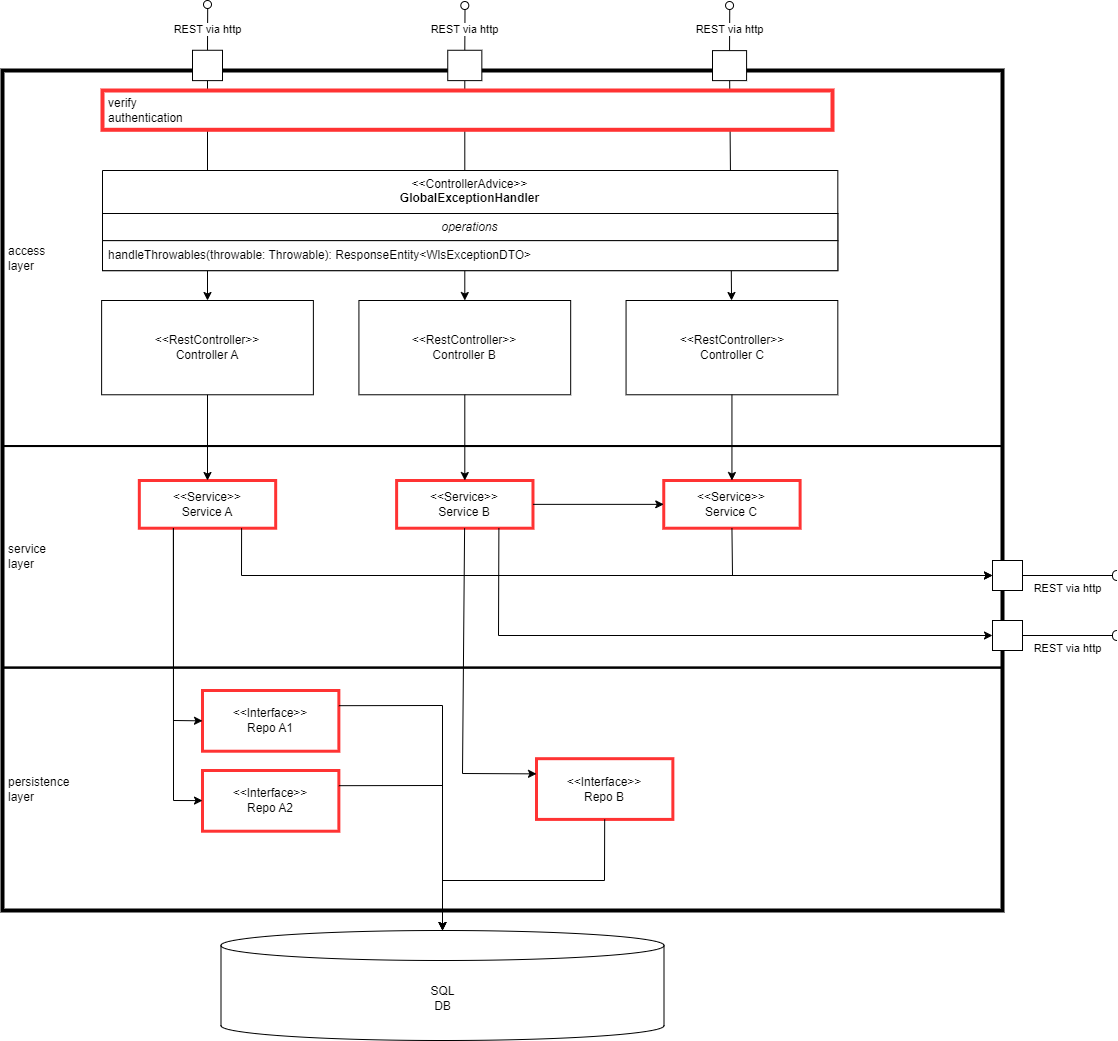
Above: docs/src/public/structureOfABackendservice.drawio.png in it-at-m/Wahllokalsystem (draw.io), before the change. Source tidied: cells renumbered, new cells last; positions are measured from the earlier drawing's top-left corner, leaving out a move shared by most shapes. Source of this version:
```xml
<mxGraphModel>
  <root>
    <mxCell id="0" />
    <mxCell id="1" parent="0" />
    <mxCell id="2" style="endArrow=classic;html=1;rounded=0;strokeOpacity=100;" parent="1" edge="1" source="45" target="7">
      <mxGeometry relative="1" as="geometry" />
    </mxCell>
    <mxCell id="3" style="endArrow=classic;html=1;rounded=0;" parent="1" edge="1" source="46" target="8">
      <mxGeometry relative="1" as="geometry" />
    </mxCell>
    <mxCell id="4" style="endArrow=classic;html=1;rounded=0;" parent="1" edge="1" source="44" target="9">
      <mxGeometry relative="1" as="geometry" />
    </mxCell>
    <mxCell id="5" style="rounded=0;whiteSpace=wrap;html=1;fillColor=none;strokeWidth=4;" parent="1" vertex="1">
      <mxGeometry y="70" width="1000" height="840" as="geometry" />
    </mxCell>
    <mxCell id="6" value="access&lt;br&gt;layer" style="html=1;whiteSpace=wrap;align=left;spacingLeft=4;fillColor=none;strokeWidth=2;" parent="1" vertex="1">
      <mxGeometry y="70" width="1000" height="375.5" as="geometry" />
    </mxCell>
    <mxCell id="7" value="&amp;lt;&amp;lt;RestController&amp;gt;&amp;gt;&lt;br&gt;Controller A" style="rounded=0;whiteSpace=wrap;html=1;" parent="6" vertex="1">
      <mxGeometry x="99.1" y="230" width="211.8" height="94.3" as="geometry" />
    </mxCell>
    <mxCell id="8" value="&amp;lt;&amp;lt;RestController&amp;gt;&amp;gt;&lt;br&gt;Controller B" style="rounded=0;whiteSpace=wrap;html=1;" parent="6" vertex="1">
      <mxGeometry x="356.4" y="230" width="211.8" height="94.3" as="geometry" />
    </mxCell>
    <mxCell id="9" value="&amp;lt;&amp;lt;RestController&amp;gt;&amp;gt;&lt;br&gt;Controller C" style="rounded=0;whiteSpace=wrap;html=1;" parent="6" vertex="1">
      <mxGeometry x="623.6" y="230" width="211.8" height="94.3" as="geometry" />
    </mxCell>
    <mxCell id="10" value="&amp;lt;&amp;lt;ControllerAdvice&amp;gt;&amp;gt;&lt;br&gt;&lt;b&gt;GlobalExceptionHandler&lt;/b&gt;" style="swimlane;fontStyle=0;align=center;verticalAlign=top;horizontal=1;startSize=43;html=1;whiteSpace=wrap;" parent="6" vertex="1">
      <mxGeometry x="100" y="100" width="735.3" height="100.1" as="geometry" />
    </mxCell>
    <mxCell id="11" value="operations" style="text;html=1;strokeColor=default;fillColor=default;align=center;verticalAlign=middle;spacingLeft=4;spacingRight=4;overflow=hidden;whiteSpace=wrap;strokeWidth=1;fontStyle=2;" parent="10" vertex="1">
      <mxGeometry y="43" width="735.3" height="27.1" as="geometry" />
    </mxCell>
    <mxCell id="12" value="handleThrowables(throwable: Throwable): ResponseEntity&amp;lt;WlsExceptionDTO&amp;gt;" style="text;html=1;strokeColor=default;fillColor=default;align=left;verticalAlign=middle;spacingLeft=4;spacingRight=4;overflow=hidden;whiteSpace=wrap;" parent="10" vertex="1">
      <mxGeometry y="70.1" width="735.3" height="30" as="geometry" />
    </mxCell>
    <mxCell id="13" value="SQL&lt;br&gt;DB" style="shape=cylinder3;whiteSpace=wrap;html=1;boundedLbl=1;backgroundOutline=1;size=15;" parent="1" vertex="1">
      <mxGeometry x="218.5" y="930" width="443" height="110" as="geometry" />
    </mxCell>
    <mxCell id="14" style="ellipse;html=1;fontSize=11;align=center;fillColor=none;points=[];verticalAlign=bottom;labelPosition=center;verticalLabelPosition=top;flipH=1;" parent="1" vertex="1">
      <mxGeometry x="723" y="1" width="8" height="8" as="geometry" />
    </mxCell>
    <mxCell id="15" value="REST via http" style="endArrow=none;html=1;rounded=0;exitX=0.5;exitY=0;exitDx=0;exitDy=0;entryX=0.476;entryY=0.939;entryDx=0;entryDy=0;entryPerimeter=0;" parent="1" edge="1" source="44" target="14">
      <mxGeometry relative="1" as="geometry" />
    </mxCell>
    <mxCell id="16" value="REST via http" style="endArrow=none;html=1;rounded=0;exitX=0.5;exitY=0;exitDx=0;exitDy=0;entryX=0.476;entryY=0.939;entryDx=0;entryDy=0;entryPerimeter=0;" parent="1" edge="1" source="45" target="17">
      <mxGeometry relative="1" as="geometry" />
    </mxCell>
    <mxCell id="17" style="ellipse;html=1;fontSize=11;align=center;fillColor=none;points=[];verticalAlign=bottom;labelPosition=center;verticalLabelPosition=top;flipH=1;" parent="1" vertex="1">
      <mxGeometry x="201" width="8" height="8" as="geometry" />
    </mxCell>
    <mxCell id="18" value="REST via http" style="endArrow=none;html=1;rounded=0;exitX=0.5;exitY=0;exitDx=0;exitDy=0;entryX=0.476;entryY=0.939;entryDx=0;entryDy=0;entryPerimeter=0;" parent="1" edge="1" source="46" target="19">
      <mxGeometry relative="1" as="geometry" />
    </mxCell>
    <mxCell id="19" style="ellipse;html=1;fontSize=11;align=center;fillColor=none;points=[];verticalAlign=bottom;labelPosition=center;verticalLabelPosition=top;flipH=1;" parent="1" vertex="1">
      <mxGeometry x="458.3" y="1" width="8" height="8" as="geometry" />
    </mxCell>
    <mxCell id="20" value="&lt;span style=&quot;background-color: rgb(255, 255, 255);&quot;&gt;REST via http&lt;/span&gt;" style="endArrow=none;html=1;rounded=0;align=center;verticalAlign=top;endFill=0;labelBackgroundColor=none;endSize=2;" parent="1" edge="1" source="37" target="21">
      <mxGeometry relative="1" as="geometry" />
    </mxCell>
    <mxCell id="21" style="shape=requiredInterface;html=1;fontSize=11;align=center;fillColor=none;points=[];verticalAlign=bottom;labelPosition=center;verticalLabelPosition=top;flipH=1;" parent="1" vertex="1">
      <mxGeometry x="1110" y="630" width="5" height="10" as="geometry" />
    </mxCell>
    <mxCell id="22" value="service&lt;br&gt;layer" style="html=1;whiteSpace=wrap;align=left;spacingLeft=4;fillColor=none;strokeWidth=2;" parent="1" vertex="1">
      <mxGeometry y="445.5" width="1000" height="221.6" as="geometry" />
    </mxCell>
    <mxCell id="23" value="&lt;div&gt;&amp;lt;&amp;lt;&lt;span style=&quot;background-color: initial;&quot;&gt;Service&amp;gt;&amp;gt;&lt;/span&gt;&lt;/div&gt;Service A" style="rounded=0;whiteSpace=wrap;html=1;strokeWidth=3;strokeColor=#FF3333;" parent="22" vertex="1">
      <mxGeometry x="136.8" y="34.5" width="136.4" height="47.7" as="geometry" />
    </mxCell>
    <mxCell id="24" value="&lt;div&gt;&amp;lt;&amp;lt;Service&amp;gt;&amp;gt;&lt;/div&gt;Service B" style="rounded=0;whiteSpace=wrap;html=1;strokeWidth=3;strokeColor=#FF3333;" parent="22" vertex="1">
      <mxGeometry x="394.1" y="34.5" width="136.4" height="47.7" as="geometry" />
    </mxCell>
    <mxCell id="25" value="&lt;div&gt;&amp;lt;&amp;lt;Service&amp;gt;&amp;gt;&lt;/div&gt;Service C" style="rounded=0;whiteSpace=wrap;html=1;strokeWidth=3;strokeColor=#FF3333;" parent="22" vertex="1">
      <mxGeometry x="661.3" y="34.5" width="136.4" height="47.7" as="geometry" />
    </mxCell>
    <mxCell id="26" style="endArrow=classic;html=1;rounded=0;" parent="22" edge="1" source="24" target="25">
      <mxGeometry relative="1" as="geometry" />
    </mxCell>
    <mxCell id="27" value="persistence&lt;br&gt;layer" style="html=1;whiteSpace=wrap;align=left;spacingLeft=4;fillColor=none;strokeWidth=2;" parent="1" vertex="1">
      <mxGeometry y="667.1" width="1000" height="242.9" as="geometry" />
    </mxCell>
    <mxCell id="28" value="&lt;div&gt;&amp;lt;&amp;lt;Interface&amp;gt;&amp;gt;&lt;/div&gt;Repo B" style="rounded=0;whiteSpace=wrap;html=1;strokeWidth=3;strokeColor=#FF3333;" parent="27" vertex="1">
      <mxGeometry x="534" y="91.1" width="136.4" height="60.7" as="geometry" />
    </mxCell>
    <mxCell id="29" value="&lt;div&gt;&amp;lt;&amp;lt;Interface&amp;gt;&amp;gt;&lt;/div&gt;Repo A1" style="rounded=0;whiteSpace=wrap;html=1;strokeWidth=3;strokeColor=#FF3333;" parent="27" vertex="1">
      <mxGeometry x="200" y="22.9" width="136.4" height="60.7" as="geometry" />
    </mxCell>
    <mxCell id="30" value="&lt;div&gt;&amp;lt;&amp;lt;Interface&amp;gt;&amp;gt;&lt;/div&gt;Repo A2" style="rounded=0;whiteSpace=wrap;html=1;strokeWidth=3;strokeColor=#FF3333;" parent="27" vertex="1">
      <mxGeometry x="200" y="102.9" width="136.4" height="60.7" as="geometry" />
    </mxCell>
    <mxCell id="31" style="endArrow=classic;html=1;rounded=0;entryX=0;entryY=0.5;entryDx=0;entryDy=0;exitX=0.25;exitY=1;exitDx=0;exitDy=0;" parent="1" edge="1" source="23" target="29">
      <mxGeometry relative="1" as="geometry">
        <Array as="points">
          <mxPoint x="171" y="720" />
        </Array>
      </mxGeometry>
    </mxCell>
    <mxCell id="32" style="endArrow=classic;html=1;rounded=0;exitX=0.25;exitY=1;exitDx=0;exitDy=0;" parent="1" edge="1" source="23" target="30">
      <mxGeometry relative="1" as="geometry">
        <Array as="points">
          <mxPoint x="171" y="800" />
        </Array>
      </mxGeometry>
    </mxCell>
    <mxCell id="33" style="endArrow=classic;html=1;rounded=0;entryX=0;entryY=0.25;entryDx=0;entryDy=0;" parent="1" edge="1" source="24" target="28">
      <mxGeometry relative="1" as="geometry">
        <Array as="points">
          <mxPoint x="460" y="773" />
        </Array>
      </mxGeometry>
    </mxCell>
    <mxCell id="34" style="endArrow=classic;html=1;rounded=0;" parent="1" edge="1" source="7" target="23">
      <mxGeometry relative="1" as="geometry" />
    </mxCell>
    <mxCell id="35" style="endArrow=classic;html=1;rounded=0;" parent="1" edge="1" source="8" target="24">
      <mxGeometry relative="1" as="geometry" />
    </mxCell>
    <mxCell id="36" style="endArrow=classic;html=1;rounded=0;" parent="1" edge="1" source="9" target="25">
      <mxGeometry relative="1" as="geometry" />
    </mxCell>
    <mxCell id="37" style="html=1;rounded=0;" parent="1" vertex="1">
      <mxGeometry x="990" y="620" width="30" height="30" as="geometry" />
    </mxCell>
    <mxCell id="38" value="&lt;span style=&quot;background-color: rgb(255, 255, 255);&quot;&gt;REST via http&lt;/span&gt;" style="endArrow=none;html=1;rounded=0;align=center;verticalAlign=top;endFill=0;labelBackgroundColor=none;endSize=2;" parent="1" edge="1" source="40" target="39">
      <mxGeometry relative="1" as="geometry" />
    </mxCell>
    <mxCell id="39" style="shape=requiredInterface;html=1;fontSize=11;align=center;fillColor=none;points=[];verticalAlign=bottom;labelPosition=center;verticalLabelPosition=top;flipH=1;" parent="1" vertex="1">
      <mxGeometry x="1110" y="570" width="5" height="10" as="geometry" />
    </mxCell>
    <mxCell id="40" style="html=1;rounded=0;" parent="1" vertex="1">
      <mxGeometry x="990" y="560" width="30" height="30" as="geometry" />
    </mxCell>
    <mxCell id="41" style="endArrow=classic;html=1;rounded=0;entryX=0.5;entryY=0;entryDx=0;entryDy=0;entryPerimeter=0;exitX=0.5;exitY=1;exitDx=0;exitDy=0;" parent="1" edge="1" source="28" target="13">
      <mxGeometry relative="1" as="geometry">
        <Array as="points">
          <mxPoint x="602" y="880" />
          <mxPoint x="440" y="880" />
        </Array>
      </mxGeometry>
    </mxCell>
    <mxCell id="42" style="endArrow=classic;html=1;rounded=0;exitX=1;exitY=0.25;exitDx=0;exitDy=0;" parent="1" edge="1" source="30" target="13">
      <mxGeometry relative="1" as="geometry">
        <Array as="points">
          <mxPoint x="440" y="785" />
        </Array>
      </mxGeometry>
    </mxCell>
    <mxCell id="43" style="endArrow=classic;html=1;rounded=0;exitX=1;exitY=0.25;exitDx=0;exitDy=0;" parent="1" edge="1" source="29" target="13">
      <mxGeometry relative="1" as="geometry">
        <Array as="points">
          <mxPoint x="440" y="705" />
        </Array>
      </mxGeometry>
    </mxCell>
    <mxCell id="44" style="html=1;rounded=0;" parent="1" vertex="1">
      <mxGeometry x="710" y="50.1" width="34.1" height="30" as="geometry" />
    </mxCell>
    <mxCell id="45" style="html=1;rounded=0;" parent="1" vertex="1">
      <mxGeometry x="190" y="49.8" width="30" height="30.4" as="geometry" />
    </mxCell>
    <mxCell id="46" style="html=1;rounded=0;" parent="1" vertex="1">
      <mxGeometry x="445.3" y="49.8" width="34.1" height="30.4" as="geometry" />
    </mxCell>
    <mxCell id="47" value="verify&lt;br&gt;authentication" style="html=1;whiteSpace=wrap;strokeWidth=4;strokeColor=#FF3333;fillStyle=auto;shadow=0;strokeOpacity=100;fillOpacity=100;fillColor=default;align=left;spacingLeft=4;" parent="1" vertex="1">
      <mxGeometry x="100" y="90" width="730" height="39.3" as="geometry" />
    </mxCell>
    <mxCell id="48" style="endArrow=classic;html=1;rounded=0;exitX=0.5;exitY=1;exitDx=0;exitDy=0;curved=0;strokeColor=default;jumpStyle=none;snapToPoint=0;noJump=0;entryX=0;entryY=0.5;entryDx=0;entryDy=0;" parent="1" edge="1" source="25" target="40">
      <mxGeometry relative="1" as="geometry">
        <Array as="points">
          <mxPoint x="730" y="575" />
        </Array>
      </mxGeometry>
    </mxCell>
    <mxCell id="49" style="endArrow=classic;html=1;rounded=0;exitX=0.75;exitY=1;exitDx=0;exitDy=0;curved=0;strokeColor=default;jumpStyle=none;snapToPoint=0;noJump=0;entryX=0;entryY=0.5;entryDx=0;entryDy=0;" parent="1" edge="1" source="23" target="40">
      <mxGeometry relative="1" as="geometry">
        <Array as="points">
          <mxPoint x="239" y="575" />
        </Array>
      </mxGeometry>
    </mxCell>
    <mxCell id="50" style="endArrow=classic;html=1;rounded=0;exitX=0.75;exitY=1;exitDx=0;exitDy=0;curved=0;strokeColor=default;jumpStyle=none;snapToPoint=0;noJump=0;entryX=0;entryY=0.5;entryDx=0;entryDy=0;" parent="1" edge="1" source="24" target="37">
      <mxGeometry relative="1" as="geometry">
        <Array as="points">
          <mxPoint x="496" y="635" />
        </Array>
      </mxGeometry>
    </mxCell>
  </root>
</mxGraphModel>
```
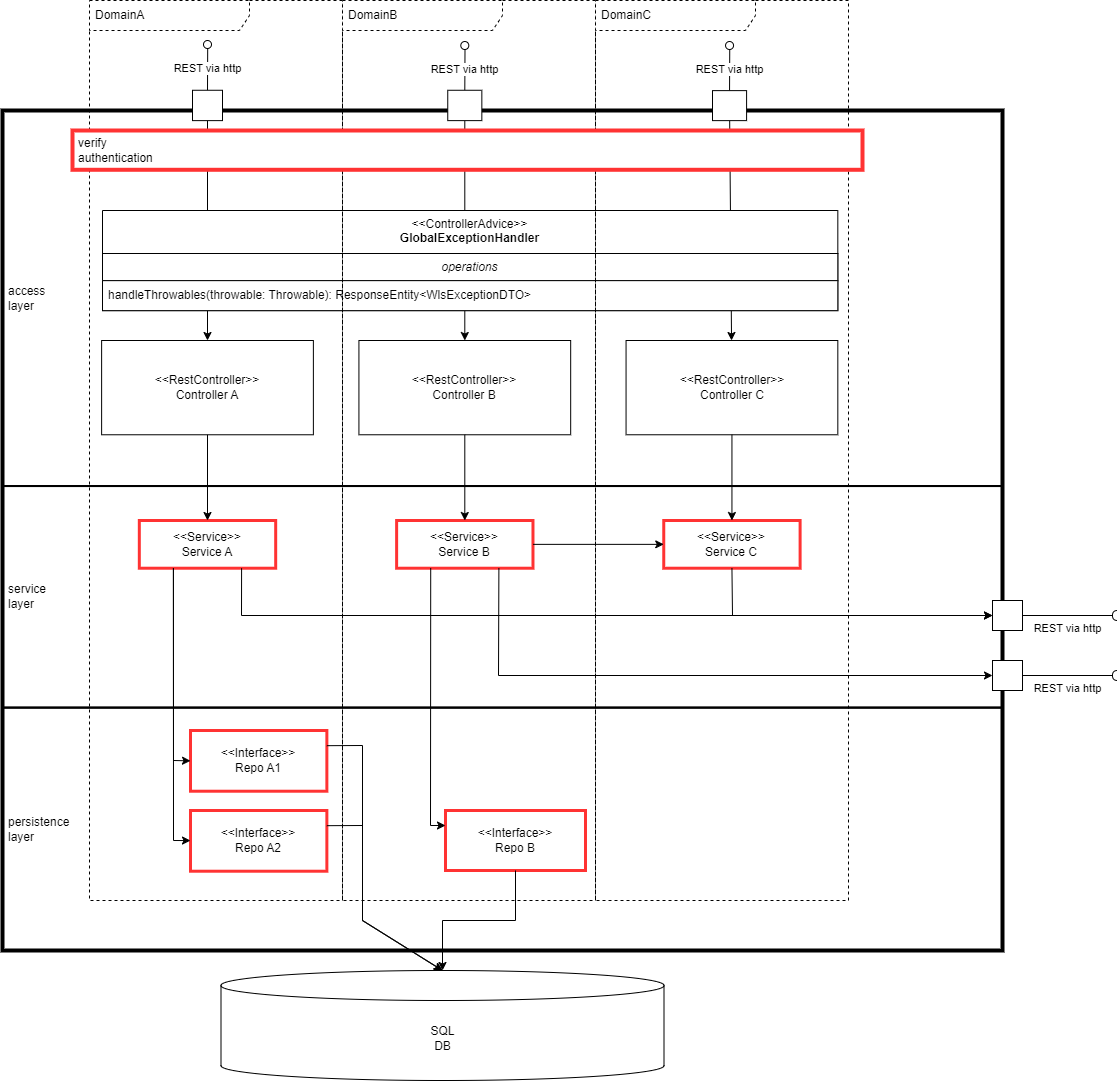
Above is the later version.

Diff of the diagram source:
```diff
@@ -81,13 +81,13 @@
       <mxGeometry y="667.1" width="1000" height="242.9" as="geometry" />
     </mxCell>
     <mxCell id="28" value="&lt;div&gt;&amp;lt;&amp;lt;Interface&amp;gt;&amp;gt;&lt;/div&gt;Repo B" style="rounded=0;whiteSpace=wrap;html=1;strokeWidth=3;strokeColor=#FF3333;" parent="27" vertex="1">
-      <mxGeometry x="534" y="91.1" width="136.4" height="60.7" as="geometry" />
+      <mxGeometry x="443" y="102.9" width="140" height="60" as="geometry" />
     </mxCell>
     <mxCell id="29" value="&lt;div&gt;&amp;lt;&amp;lt;Interface&amp;gt;&amp;gt;&lt;/div&gt;Repo A1" style="rounded=0;whiteSpace=wrap;html=1;strokeWidth=3;strokeColor=#FF3333;" parent="27" vertex="1">
-      <mxGeometry x="200" y="22.9" width="136.4" height="60.7" as="geometry" />
+      <mxGeometry x="188" y="22.9" width="136.4" height="60.7" as="geometry" />
     </mxCell>
     <mxCell id="30" value="&lt;div&gt;&amp;lt;&amp;lt;Interface&amp;gt;&amp;gt;&lt;/div&gt;Repo A2" style="rounded=0;whiteSpace=wrap;html=1;strokeWidth=3;strokeColor=#FF3333;" parent="27" vertex="1">
-      <mxGeometry x="200" y="102.9" width="136.4" height="60.7" as="geometry" />
+      <mxGeometry x="188" y="102.9" width="136.4" height="60.7" as="geometry" />
     </mxCell>
     <mxCell id="31" style="endArrow=classic;html=1;rounded=0;entryX=0;entryY=0.5;entryDx=0;entryDy=0;exitX=0.25;exitY=1;exitDx=0;exitDy=0;" parent="1" edge="1" source="23" target="29">
       <mxGeometry relative="1" as="geometry">
@@ -103,10 +103,10 @@
         </Array>
       </mxGeometry>
     </mxCell>
-    <mxCell id="33" style="endArrow=classic;html=1;rounded=0;entryX=0;entryY=0.25;entryDx=0;entryDy=0;" parent="1" edge="1" source="24" target="28">
+    <mxCell id="33" style="endArrow=classic;html=1;rounded=0;entryX=0;entryY=0.25;entryDx=0;entryDy=0;exitX=0.25;exitY=1;exitDx=0;exitDy=0;" parent="1" edge="1" source="24" target="28">
       <mxGeometry relative="1" as="geometry">
         <Array as="points">
-          <mxPoint x="460" y="773" />
+          <mxPoint x="428" y="785" />
         </Array>
       </mxGeometry>
     </mxCell>
@@ -134,22 +134,24 @@
     <mxCell id="41" style="endArrow=classic;html=1;rounded=0;entryX=0.5;entryY=0;entryDx=0;entryDy=0;entryPerimeter=0;exitX=0.5;exitY=1;exitDx=0;exitDy=0;" parent="1" edge="1" source="28" target="13">
       <mxGeometry relative="1" as="geometry">
         <Array as="points">
-          <mxPoint x="602" y="880" />
+          <mxPoint x="513" y="880" />
           <mxPoint x="440" y="880" />
         </Array>
       </mxGeometry>
     </mxCell>
-    <mxCell id="42" style="endArrow=classic;html=1;rounded=0;exitX=1;exitY=0.25;exitDx=0;exitDy=0;" parent="1" edge="1" source="30" target="13">
+    <mxCell id="42" style="endArrow=classic;html=1;rounded=0;exitX=1;exitY=0.25;exitDx=0;exitDy=0;entryX=0.5;entryY=0;entryDx=0;entryDy=0;entryPerimeter=0;" parent="1" edge="1" source="30" target="13">
       <mxGeometry relative="1" as="geometry">
         <Array as="points">
-          <mxPoint x="440" y="785" />
+          <mxPoint x="360" y="785" />
+          <mxPoint x="360" y="880" />
         </Array>
       </mxGeometry>
     </mxCell>
-    <mxCell id="43" style="endArrow=classic;html=1;rounded=0;exitX=1;exitY=0.25;exitDx=0;exitDy=0;" parent="1" edge="1" source="29" target="13">
+    <mxCell id="43" style="endArrow=classic;html=1;rounded=0;exitX=1;exitY=0.25;exitDx=0;exitDy=0;entryX=0.5;entryY=0;entryDx=0;entryDy=0;entryPerimeter=0;" parent="1" edge="1" source="29" target="13">
       <mxGeometry relative="1" as="geometry">
         <Array as="points">
-          <mxPoint x="440" y="705" />
+          <mxPoint x="360" y="705" />
+          <mxPoint x="360" y="880" />
         </Array>
       </mxGeometry>
     </mxCell>
@@ -162,9 +164,6 @@
     <mxCell id="46" style="html=1;rounded=0;" parent="1" vertex="1">
       <mxGeometry x="445.3" y="49.8" width="34.1" height="30.4" as="geometry" />
     </mxCell>
-    <mxCell id="47" value="verify&lt;br&gt;authentication" style="html=1;whiteSpace=wrap;strokeWidth=4;strokeColor=#FF3333;fillStyle=auto;shadow=0;strokeOpacity=100;fillOpacity=100;fillColor=default;align=left;spacingLeft=4;" parent="1" vertex="1">
-      <mxGeometry x="100" y="90" width="730" height="39.3" as="geometry" />
-    </mxCell>
     <mxCell id="48" style="endArrow=classic;html=1;rounded=0;exitX=0.5;exitY=1;exitDx=0;exitDy=0;curved=0;strokeColor=default;jumpStyle=none;snapToPoint=0;noJump=0;entryX=0;entryY=0.5;entryDx=0;entryDy=0;" parent="1" edge="1" source="25" target="40">
       <mxGeometry relative="1" as="geometry">
         <Array as="points">
@@ -186,5 +185,17 @@
         </Array>
       </mxGeometry>
     </mxCell>
+    <mxCell id="51" value="DomainA" style="shape=umlFrame;whiteSpace=wrap;html=1;width=160;align=left;spacingLeft=4;dashed=1;" parent="1" vertex="1">
+      <mxGeometry x="87" y="-40" width="253" height="900" as="geometry" />
+    </mxCell>
+    <mxCell id="52" value="DomainB" style="shape=umlFrame;whiteSpace=wrap;html=1;width=160;align=left;spacingLeft=4;dashed=1;" parent="1" vertex="1">
+      <mxGeometry x="340" y="-40" width="253" height="900" as="geometry" />
+    </mxCell>
+    <mxCell id="53" value="DomainC" style="shape=umlFrame;whiteSpace=wrap;html=1;width=160;align=left;spacingLeft=4;dashed=1;" parent="1" vertex="1">
+      <mxGeometry x="593" y="-40" width="253" height="900" as="geometry" />
+    </mxCell>
+    <mxCell id="47" value="verify&lt;br&gt;authentication" style="html=1;whiteSpace=wrap;strokeWidth=4;strokeColor=#FF3333;fillStyle=auto;shadow=0;strokeOpacity=100;fillOpacity=100;fillColor=default;align=left;spacingLeft=4;" parent="1" vertex="1">
+      <mxGeometry x="70" y="90" width="790" height="39.3" as="geometry" />
+    </mxCell>
   </root>
 </mxGraphModel>
```
